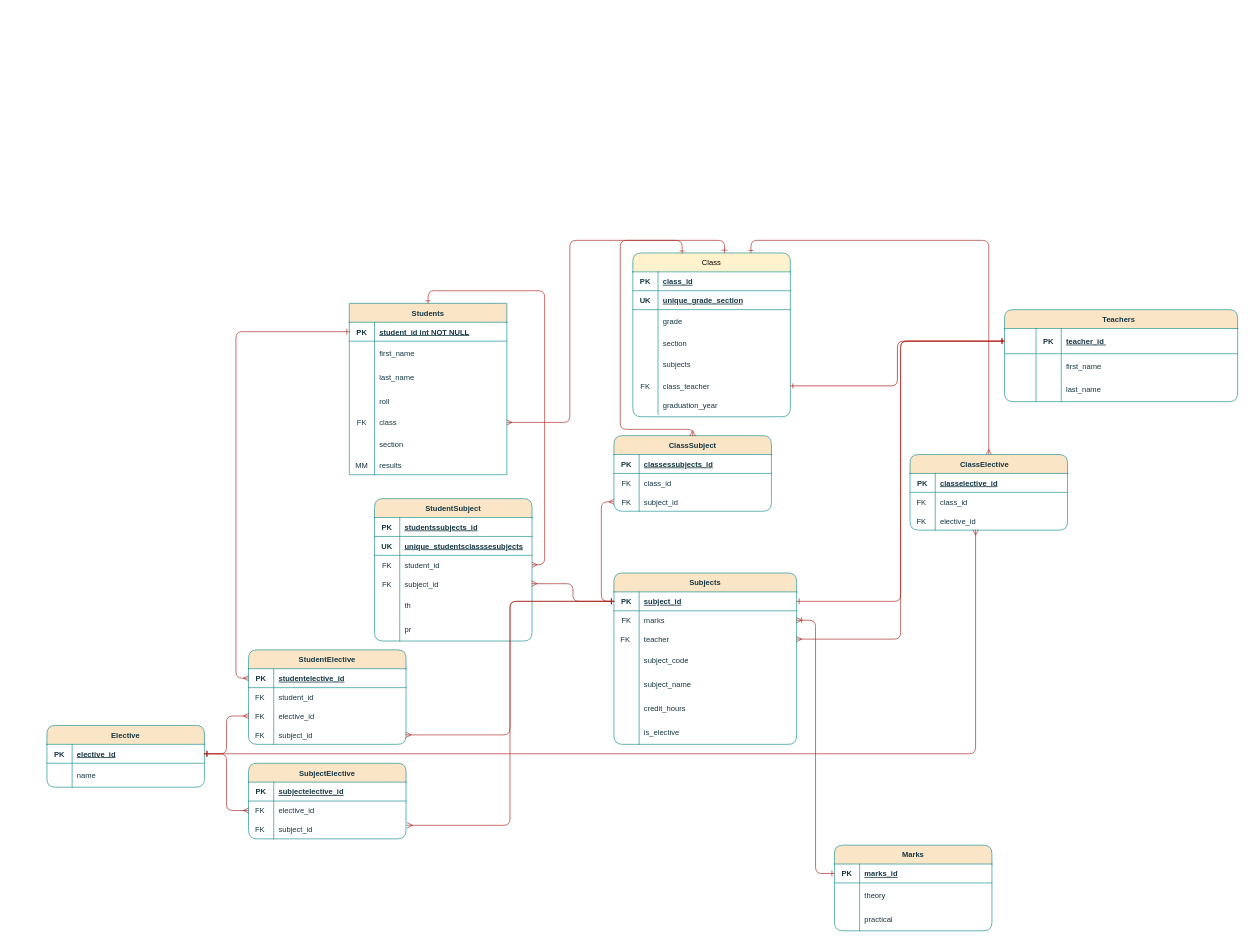
The draw.io diagram student_record/Untitled Diagram.drawio in Bhuwan-web/gradesheet, before the edit. Source tidied: cells renumbered, new cells numbered last; positions are measured from the earlier drawing's top-left corner, leaving out a move shared by most shapes. Both pictures are drawn from the tidied source at 63%, with x=0, y=0 at pixel (47, 253).
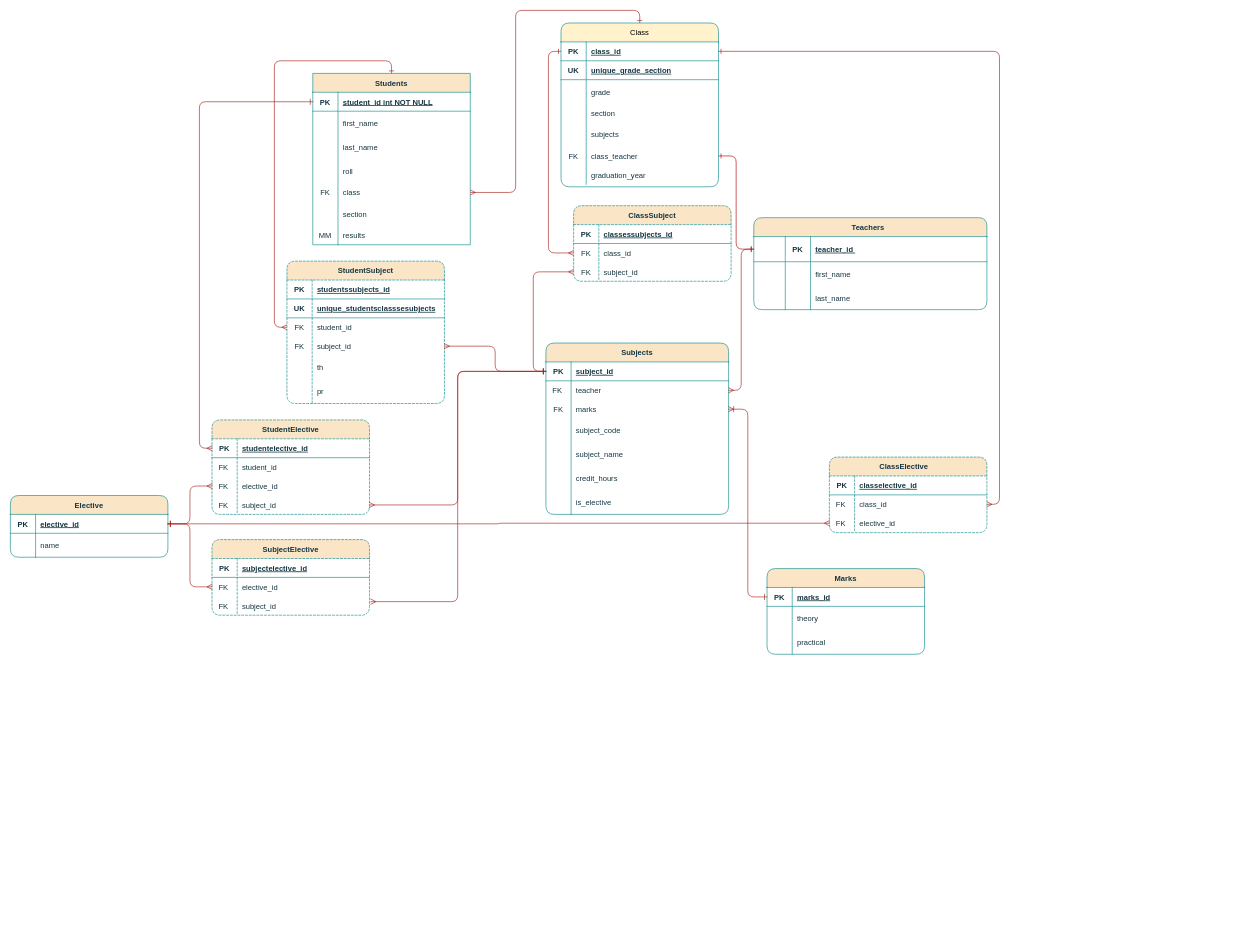
After the change.

The change refers to these unchanged cells:
```xml
<mxCell id="3" style="shape=partialRectangle;fillColor=none;points=[[0,0.5],[1,0.5]];portConstraint=eastwest;top=0;left=0;right=0;bottom=1;strokeColor=#0F8B8D;backgroundOutline=1;rounded=1;labelBackgroundColor=none;fontColor=#143642;linecap=square;" parent="2" vertex="1">
  <mxGeometry y="30" width="370" height="40" as="geometry" />
</mxCell>
<mxCell id="38" style="shape=partialRectangle;fillColor=none;points=[[0,0.5],[1,0.5]];portConstraint=eastwest;top=0;left=0;right=0;bottom=0;strokeColor=#0F8B8D;backgroundOutline=1;rounded=1;labelBackgroundColor=none;fontColor=#143642;linecap=square;" parent="25" vertex="1">
  <mxGeometry y="174" width="250" height="30" as="geometry" />
</mxCell>
<mxCell id="49" style="shape=partialRectangle;fillColor=none;points=[[0,0.5],[1,0.5]];portConstraint=eastwest;top=0;left=0;right=0;bottom=1;strokeColor=#0F8B8D;backgroundOutline=1;rounded=1;labelBackgroundColor=none;fontColor=#143642;linecap=square;" parent="48" vertex="1">
  <mxGeometry y="30" width="250" height="30" as="geometry" />
</mxCell>
<mxCell id="76" style="shape=partialRectangle;fillColor=none;points=[[0,0.5],[1,0.5]];portConstraint=eastwest;top=0;left=0;right=0;bottom=0;strokeColor=#0F8B8D;backgroundOutline=1;rounded=1;labelBackgroundColor=none;fontColor=#143642;linecap=square;" parent="72" vertex="1">
  <mxGeometry y="60" width="250" height="30" as="geometry" />
</mxCell>
<mxCell id="90" style="shape=partialRectangle;fillColor=none;points=[[0,0.5],[1,0.5]];portConstraint=eastwest;top=0;left=0;right=0;bottom=0;strokeColor=#0F8B8D;backgroundOutline=1;rounded=1;labelBackgroundColor=none;fontColor=#143642;linecap=square;" parent="83" vertex="1">
  <mxGeometry y="90" width="250" height="30" as="geometry" />
</mxCell>
<mxCell id="93" style="shape=partialRectangle;fillColor=none;points=[[0,0.5],[1,0.5]];portConstraint=eastwest;top=0;left=0;right=0;bottom=0;strokeColor=#0F8B8D;backgroundOutline=1;rounded=1;labelBackgroundColor=none;fontColor=#143642;linecap=square;" parent="83" vertex="1">
  <mxGeometry y="120" width="250" height="30" as="geometry" />
</mxCell>
<mxCell id="104" style="shape=partialRectangle;fillColor=none;points=[[0,0.5],[1,0.5]];portConstraint=eastwest;top=0;left=0;right=0;bottom=1;strokeColor=#0F8B8D;backgroundOutline=1;rounded=1;labelBackgroundColor=none;fontColor=#143642;linecap=square;" parent="103" vertex="1">
  <mxGeometry y="30" width="250" height="30" as="geometry" />
</mxCell>
<mxCell id="115" style="shape=partialRectangle;fillColor=none;points=[[0,0.5],[1,0.5]];portConstraint=eastwest;top=0;left=0;right=0;bottom=0;strokeColor=#0F8B8D;backgroundOutline=1;rounded=1;labelBackgroundColor=none;fontColor=#143642;linecap=square;" parent="111" vertex="1">
  <mxGeometry y="60" width="250" height="30" as="geometry" />
</mxCell>
<mxCell id="118" style="shape=partialRectangle;fillColor=none;points=[[0,0.5],[1,0.5]];portConstraint=eastwest;top=0;left=0;right=0;bottom=0;strokeColor=#0F8B8D;backgroundOutline=1;rounded=1;labelBackgroundColor=none;fontColor=#143642;linecap=square;" parent="111" vertex="1">
  <mxGeometry y="90" width="250" height="30" as="geometry" />
</mxCell>
<mxCell id="141" style="shape=partialRectangle;fillColor=none;points=[[0,0.5],[1,0.5]];portConstraint=eastwest;top=0;left=0;right=0;bottom=1;strokeColor=#0F8B8D;backgroundOutline=1;rounded=1;labelBackgroundColor=none;fontColor=#143642;linecap=square;" parent="140" vertex="1">
  <mxGeometry y="30" width="290" height="30" as="geometry" />
</mxCell>
<mxCell id="143" value="subject_id" style="shape=partialRectangle;overflow=hidden;fillColor=none;top=0;left=0;bottom=0;right=0;align=left;spacingLeft=6;fontStyle=5;strokeColor=#0F8B8D;backgroundOutline=1;rounded=1;labelBackgroundColor=none;fontColor=#143642;linecap=square;" parent="141" vertex="1">
  <mxGeometry x="40" width="250" height="30" as="geometry" />
</mxCell>
```

Change to the diagram source:
```diff
@@
-    <mxCell id="2" value="Teachers  " style="shape=table;startSize=30;childLayout=tableLayout;rowLines=0;fontStyle=1;align=center;strokeColor=#0F8B8D;backgroundOutline=0;rounded=1;labelBackgroundColor=none;fillColor=#FAE5C7;fontColor=#143642;shadow=0;fixDash=0;comic=0;linejoin=arcs;linecap=square;" parent="1" vertex="1">
-      <mxGeometry x="1520" y="90" width="370" height="146" as="geometry" />
+    <mxCell id="2" value="Teachers  " style="shape=table;startSize=30;childLayout=tableLayout;rowLines=0;fontStyle=1;align=center;strokeColor=#0F8B8D;backgroundOutline=0;rounded=1;labelBackgroundColor=none;fillColor=#FAE5C7;fontColor=#143642;shadow=0;fixDash=0;comic=0;linejoin=arcs;linecap=square;fixedWidth=0;" parent="1" vertex="1">
+      <mxGeometry x="1122" y="-56" width="370" height="146" as="geometry" />
     </mxCell>
@@
     <mxCell id="15" value="Marks" style="shape=table;startSize=30;childLayout=tableLayout;rowLines=0;fontStyle=1;align=center;strokeColor=#0F8B8D;backgroundOutline=0;rounded=1;labelBackgroundColor=none;fillColor=#FAE5C7;fontColor=#143642;shadow=0;fixDash=0;comic=0;linejoin=arcs;linecap=square;" parent="1" vertex="1">
-      <mxGeometry x="1250" y="940" width="250" height="136" as="geometry" />
+      <mxGeometry x="1143" y="501" width="250" height="136" as="geometry" />
     </mxCell>
@@
     <mxCell id="25" value="Students" style="shape=table;startSize=30;childLayout=tableLayout;rowLines=0;fontStyle=1;align=center;strokeColor=#0F8B8D;backgroundOutline=0;rounded=1;labelBackgroundColor=none;fillColor=#FAE5C7;fontColor=#143642;shadow=0;snapToPoint=1;fixDash=0;comic=0;linejoin=arcs;arcSize=0;linecap=square;" parent="1" vertex="1">
-      <mxGeometry x="480" y="80" width="250" height="272" as="geometry" />
+      <mxGeometry x="422" y="-285" width="250" height="272" as="geometry" />
     </mxCell>
@@
     <mxCell id="48" value="Class" style="shape=table;startSize=30;childLayout=tableLayout;rowLines=0;align=center;strokeColor=#0F8B8D;backgroundOutline=0;rounded=1;fillColor=#FFF2CC;shadow=0;snapToPoint=1;fixDash=0;comic=0;linejoin=arcs;linecap=square;swimlaneLine=1;swimlaneFillColor=none;" parent="1" vertex="1">
-      <mxGeometry x="930" width="250" height="260" as="geometry" />
+      <mxGeometry x="816" y="-365" width="250" height="260" as="geometry" />
     </mxCell>
@@
-    <mxCell id="71" style="edgeStyle=orthogonalEdgeStyle;rounded=1;jettySize=auto;html=1;entryDx=0;entryDy=0;startArrow=ERone;startFill=0;endArrow=ERone;endFill=0;strokeColor=#A8201A;backgroundOutline=0;labelBackgroundColor=none;fontColor=default;shadow=0;snapToPoint=1;fixDash=0;comic=0;linejoin=arcs;linecap=square;exitX=1;exitY=0.5;exitDx=0;exitDy=0;" parent="1" edge="1" source="143" target="3">
-      <mxGeometry relative="1" as="geometry" />
-    </mxCell>
-    <mxCell id="72" value="ClassSubject" style="shape=table;startSize=30;childLayout=tableLayout;rowLines=0;fontStyle=1;align=center;strokeColor=#0F8B8D;backgroundOutline=0;rounded=1;labelBackgroundColor=none;fillColor=#FAE5C7;fontColor=#143642;shadow=0;snapToPoint=1;fixDash=0;comic=0;linejoin=arcs;linecap=square;" parent="1" vertex="1">
-      <mxGeometry x="900" y="290" width="250" height="120" as="geometry" />
+    <mxCell id="72" value="ClassSubject" style="shape=table;startSize=30;childLayout=tableLayout;rowLines=0;fontStyle=1;align=center;strokeColor=#0F8B8D;backgroundOutline=0;rounded=1;labelBackgroundColor=none;fillColor=#FAE5C7;fontColor=#143642;shadow=0;snapToPoint=1;fixDash=0;comic=0;linejoin=arcs;linecap=square;dashed=1;" parent="1" vertex="1">
+      <mxGeometry x="836" y="-75" width="250" height="120" as="geometry" />
     </mxCell>
@@
-    <mxCell id="82" style="edgeStyle=orthogonalEdgeStyle;rounded=1;jettySize=auto;html=1;startArrow=ERone;startFill=0;endArrow=ERmany;endFill=0;entryDx=0;entryDy=0;exitDx=0;exitDy=0;strokeColor=#A8201A;backgroundOutline=0;labelBackgroundColor=none;fontColor=default;shadow=0;snapToPoint=1;fixDash=0;comic=0;linejoin=arcs;linecap=square;exitX=0.582;exitY=-0.002;entryX=0.5;entryY=0;exitPerimeter=0;" parent="1" edge="1" source="48" target="72">
-      <mxGeometry relative="1" as="geometry" />
-    </mxCell>
-    <mxCell id="83" value="StudentSubject" style="shape=table;startSize=30;childLayout=tableLayout;rowLines=0;fontStyle=1;align=center;strokeColor=#0F8B8D;backgroundOutline=0;rounded=1;labelBackgroundColor=none;fillColor=#FAE5C7;fontColor=#143642;shadow=0;fixDash=0;comic=0;linejoin=arcs;linecap=square;" parent="1" vertex="1">
-      <mxGeometry x="520" y="390" width="250" height="226" as="geometry" />
+    <mxCell id="83" value="StudentSubject" style="shape=table;startSize=30;childLayout=tableLayout;rowLines=0;fontStyle=1;align=center;strokeColor=#0F8B8D;backgroundOutline=0;rounded=1;labelBackgroundColor=none;fillColor=#FAE5C7;fontColor=#143642;shadow=0;fixDash=0;comic=0;linejoin=arcs;linecap=square;dashed=1;" parent="1" vertex="1">
+      <mxGeometry x="381" y="13" width="250" height="226" as="geometry" />
     </mxCell>
@@
-    <mxCell id="102" style="edgeStyle=orthogonalEdgeStyle;rounded=1;jettySize=auto;html=1;entryDx=0;entryDy=0;startArrow=ERmany;startFill=0;endArrow=ERone;endFill=0;exitDx=0;exitDy=0;strokeColor=#A8201A;backgroundOutline=0;labelBackgroundColor=none;fontColor=default;shadow=0;snapToPoint=1;fixDash=0;comic=0;linejoin=arcs;linecap=square;" parent="1" edge="1" source="93" target="141">
+    <mxCell id="102" style="edgeStyle=orthogonalEdgeStyle;rounded=1;jettySize=auto;html=1;entryDx=0;entryDy=0;startArrow=ERmany;startFill=0;endArrow=ERone;endFill=0;exitDx=0;exitDy=0;strokeColor=#A8201A;backgroundOutline=0;labelBackgroundColor=none;fontColor=default;shadow=0;snapToPoint=1;fixDash=0;comic=0;linejoin=arcs;linecap=square;flowAnimation=0;" parent="1" edge="1" source="93" target="141">
       <mxGeometry relative="1" as="geometry" />
     </mxCell>
     <mxCell id="103" value="Elective" style="shape=table;startSize=30;childLayout=tableLayout;rowLines=0;fontStyle=1;align=center;strokeColor=#0F8B8D;backgroundOutline=0;rounded=1;labelBackgroundColor=none;fillColor=#FAE5C7;fontColor=#143642;shadow=0;fixDash=0;comic=0;linejoin=arcs;linecap=square;columnLines=1;" parent="1" vertex="1">
-      <mxGeometry y="750" width="250" height="98" as="geometry" />
+      <mxGeometry x="-58" y="385" width="250" height="98" as="geometry" />
     </mxCell>
@@
-    <mxCell id="110" style="edgeStyle=orthogonalEdgeStyle;shape=connector;rounded=1;comic=0;jettySize=auto;html=1;exitX=0.5;exitY=0;exitDx=0;exitDy=0;entryX=0.75;entryY=0;entryDx=0;entryDy=0;shadow=0;strokeColor=#A8201A;align=center;verticalAlign=middle;fontFamily=Helvetica;fontSize=11;fontColor=default;labelBackgroundColor=none;startArrow=ERmany;startFill=0;endArrow=ERone;endFill=0;" parent="1" edge="1" source="111" target="48">
+    <mxCell id="110" style="edgeStyle=orthogonalEdgeStyle;shape=connector;rounded=1;comic=0;jettySize=auto;html=1;exitX=1;exitY=0.5;exitDx=0;exitDy=0;entryX=1;entryY=0.5;entryDx=0;entryDy=0;shadow=0;strokeColor=#A8201A;align=center;verticalAlign=middle;fontFamily=Helvetica;fontSize=11;fontColor=default;labelBackgroundColor=none;startArrow=ERmany;startFill=0;endArrow=ERone;endFill=0;" parent="1" edge="1" source="115" target="49">
       <mxGeometry relative="1" as="geometry" />
     </mxCell>
-    <mxCell id="111" value="ClassElective    " style="shape=table;startSize=30;childLayout=tableLayout;rowLines=0;fontStyle=1;align=center;strokeColor=#0F8B8D;backgroundOutline=0;rounded=1;labelBackgroundColor=none;fillColor=#FAE5C7;fontColor=#143642;shadow=0;snapToPoint=1;fixDash=0;comic=0;linejoin=arcs;linecap=square;" parent="1" vertex="1">
-      <mxGeometry x="1370" y="320" width="250" height="120" as="geometry" />
+    <mxCell id="111" value="ClassElective    " style="shape=table;startSize=30;childLayout=tableLayout;rowLines=0;fontStyle=1;align=center;strokeColor=#0F8B8D;backgroundOutline=0;rounded=1;labelBackgroundColor=none;fillColor=#FAE5C7;fontColor=#143642;shadow=0;snapToPoint=1;fixDash=0;comic=0;linejoin=arcs;linecap=square;dashed=1;" parent="1" vertex="1">
+      <mxGeometry x="1242" y="324" width="250" height="120" as="geometry" />
     </mxCell>
@@
-    <mxCell id="122" value="StudentElective" style="shape=table;startSize=30;childLayout=tableLayout;rowLines=0;fontStyle=1;align=center;strokeColor=#0F8B8D;backgroundOutline=0;rounded=1;labelBackgroundColor=none;fillColor=#FAE5C7;fontColor=#143642;shadow=0;fixDash=0;comic=0;linejoin=arcs;linecap=square;" parent="1" vertex="1">
-      <mxGeometry x="320" y="630" width="250" height="150" as="geometry" />
+    <mxCell id="122" value="StudentElective" style="shape=table;startSize=30;childLayout=tableLayout;rowLines=0;fontStyle=1;align=center;strokeColor=#0F8B8D;backgroundOutline=0;rounded=1;labelBackgroundColor=none;fillColor=#FAE5C7;fontColor=#143642;shadow=0;fixDash=0;comic=0;linejoin=arcs;linecap=square;dashed=1;" parent="1" vertex="1">
+      <mxGeometry x="262" y="265" width="250" height="150" as="geometry" />
     </mxCell>
@@
-    <mxCell id="137" style="edgeStyle=orthogonalEdgeStyle;rounded=1;jettySize=auto;html=1;entryDx=0;entryDy=0;strokeColor=#A8201A;backgroundOutline=0;labelBackgroundColor=none;fontColor=default;endArrow=ERone;endFill=0;startArrow=ERmany;startFill=0;shadow=0;snapToPoint=1;fixDash=0;comic=0;linejoin=arcs;linecap=square;exitX=0.416;exitY=1;exitDx=0;exitDy=0;exitPerimeter=0;" parent="1" edge="1" source="118" target="104">
+    <mxCell id="137" style="edgeStyle=orthogonalEdgeStyle;rounded=1;jettySize=auto;html=1;entryDx=0;entryDy=0;strokeColor=#A8201A;backgroundOutline=0;labelBackgroundColor=none;fontColor=default;endArrow=ERone;endFill=0;startArrow=ERmany;startFill=0;shadow=0;snapToPoint=1;fixDash=0;comic=0;linejoin=arcs;linecap=square;exitX=0;exitY=0.5;exitDx=0;exitDy=0;" parent="1" edge="1" source="118" target="104">
       <mxGeometry relative="1" as="geometry" />
     </mxCell>
@@
     <mxCell id="140" value="Subjects" style="shape=table;startSize=30;childLayout=tableLayout;rowLines=0;fontStyle=1;align=center;strokeColor=#0F8B8D;backgroundOutline=0;rounded=1;labelBackgroundColor=none;fillColor=#FAE5C7;fontColor=#143642;shadow=0;fixDash=0;comic=0;linejoin=arcs;linecap=square;" parent="1" vertex="1">
-      <mxGeometry x="900" y="508" width="290" height="272" as="geometry" />
+      <mxGeometry x="792" y="143" width="290" height="272" as="geometry" />
     </mxCell>
@@
+    <mxCell id="147" style="shape=partialRectangle;fillColor=none;points=[[0,0.5],[1,0.5]];portConstraint=eastwest;top=0;left=0;right=0;bottom=0;strokeColor=#0F8B8D;backgroundOutline=1;rounded=1;labelBackgroundColor=none;fontColor=#143642;linecap=square;" parent="140" vertex="1">
+      <mxGeometry y="60" width="290" height="30" as="geometry" />
+    </mxCell>
+    <mxCell id="148" value="FK " style="shape=partialRectangle;overflow=hidden;fillColor=none;top=0;left=0;bottom=0;right=0;strokeColor=#0F8B8D;backgroundOutline=1;rounded=1;labelBackgroundColor=none;fontColor=#143642;linecap=square;" parent="147" vertex="1">
+      <mxGeometry width="40" height="30" as="geometry" />
+    </mxCell>
+    <mxCell id="149" value="teacher" style="shape=partialRectangle;overflow=hidden;fillColor=none;top=0;left=0;bottom=0;right=0;align=left;spacingLeft=6;strokeColor=#0F8B8D;backgroundOutline=1;rounded=1;labelBackgroundColor=none;fontColor=#143642;linecap=square;" parent="147" vertex="1">
+      <mxGeometry x="40" width="250" height="30" as="geometry" />
+    </mxCell>
     <mxCell id="144" style="shape=partialRectangle;fillColor=none;points=[[0,0.5],[1,0.5]];portConstraint=eastwest;top=0;left=0;right=0;bottom=0;strokeColor=#0F8B8D;backgroundOutline=1;rounded=1;labelBackgroundColor=none;fontColor=#143642;linecap=square;" parent="140" vertex="1">
-      <mxGeometry y="60" width="290" height="30" as="geometry" />
+      <mxGeometry y="90" width="290" height="30" as="geometry" />
     </mxCell>
@@
-    <mxCell id="147" style="shape=partialRectangle;fillColor=none;points=[[0,0.5],[1,0.5]];portConstraint=eastwest;top=0;left=0;right=0;bottom=0;strokeColor=#0F8B8D;backgroundOutline=1;rounded=1;labelBackgroundColor=none;fontColor=#143642;linecap=square;" parent="140" vertex="1">
-      <mxGeometry y="90" width="290" height="30" as="geometry" />
-    </mxCell>
-    <mxCell id="148" value="FK " style="shape=partialRectangle;overflow=hidden;fillColor=none;top=0;left=0;bottom=0;right=0;strokeColor=#0F8B8D;backgroundOutline=1;rounded=1;labelBackgroundColor=none;fontColor=#143642;linecap=square;" parent="147" vertex="1">
-      <mxGeometry width="40" height="30" as="geometry" />
-    </mxCell>
-    <mxCell id="149" value="teacher" style="shape=partialRectangle;overflow=hidden;fillColor=none;top=0;left=0;bottom=0;right=0;align=left;spacingLeft=6;strokeColor=#0F8B8D;backgroundOutline=1;rounded=1;labelBackgroundColor=none;fontColor=#143642;linecap=square;" parent="147" vertex="1">
-      <mxGeometry x="40" width="250" height="30" as="geometry" />
-    </mxCell>
@@
-    <mxCell id="163" value="SubjectElective" style="shape=table;startSize=30;childLayout=tableLayout;rowLines=0;fontStyle=1;align=center;strokeColor=#0F8B8D;backgroundOutline=0;rounded=1;labelBackgroundColor=none;fillColor=#FAE5C7;fontColor=#143642;shadow=0;fixDash=0;comic=0;linejoin=arcs;linecap=square;" parent="1" vertex="1">
-      <mxGeometry x="320" y="810" width="250" height="120" as="geometry" />
+    <mxCell id="163" value="SubjectElective" style="shape=table;startSize=30;childLayout=tableLayout;rowLines=0;fontStyle=1;align=center;strokeColor=#0F8B8D;backgroundOutline=0;rounded=1;labelBackgroundColor=none;fillColor=#FAE5C7;fontColor=#143642;shadow=0;fixDash=0;comic=0;linejoin=arcs;linecap=square;dashed=1;" parent="1" vertex="1">
+      <mxGeometry x="262" y="455" width="250" height="120" as="geometry" />
     </mxCell>
@@
-    <mxCell id="173" style="edgeStyle=orthogonalEdgeStyle;shape=connector;rounded=1;comic=0;jettySize=auto;html=1;exitX=1;exitY=0.5;exitDx=0;exitDy=0;entryX=0.313;entryY=0.003;entryDx=0;entryDy=0;entryPerimeter=0;shadow=0;strokeColor=#A8201A;align=center;verticalAlign=middle;fontFamily=Helvetica;fontSize=11;fontColor=default;labelBackgroundColor=none;startArrow=ERmany;startFill=0;endArrow=ERone;endFill=0;" parent="1" edge="1" source="38" target="48">
+    <mxCell id="173" style="edgeStyle=orthogonalEdgeStyle;shape=connector;rounded=1;comic=0;jettySize=auto;html=1;exitX=1;exitY=0.5;exitDx=0;exitDy=0;entryX=0.5;entryY=0;entryDx=0;entryDy=0;shadow=0;strokeColor=#A8201A;align=center;verticalAlign=middle;fontFamily=Helvetica;fontSize=11;fontColor=default;labelBackgroundColor=none;startArrow=ERmany;startFill=0;endArrow=ERone;endFill=0;" parent="1" edge="1" source="38" target="48">
       <mxGeometry relative="1" as="geometry" />
     </mxCell>
@@
-    <mxCell id="175" style="edgeStyle=orthogonalEdgeStyle;shape=connector;rounded=1;comic=0;jettySize=auto;html=1;exitX=1;exitY=0.5;exitDx=0;exitDy=0;shadow=0;strokeColor=#A8201A;align=center;verticalAlign=middle;fontFamily=Helvetica;fontSize=11;fontColor=default;labelBackgroundColor=none;startArrow=ERmany;startFill=0;endArrow=ERone;endFill=0;entryX=0.5;entryY=0;entryDx=0;entryDy=0;" parent="1" edge="1" source="90" target="25">
+    <mxCell id="175" style="edgeStyle=orthogonalEdgeStyle;shape=connector;rounded=1;comic=0;jettySize=auto;html=1;exitX=0;exitY=0.5;exitDx=0;exitDy=0;shadow=0;strokeColor=#A8201A;align=center;verticalAlign=middle;fontFamily=Helvetica;fontSize=11;fontColor=default;labelBackgroundColor=none;startArrow=ERmany;startFill=0;endArrow=ERone;endFill=0;entryX=0.5;entryY=0;entryDx=0;entryDy=0;flowAnimation=0;" parent="1" edge="1" source="90" target="25">
       <mxGeometry relative="1" as="geometry" />
     </mxCell>
+    <mxCell id="176" style="edgeStyle=orthogonalEdgeStyle;shape=connector;rounded=1;comic=0;jettySize=auto;html=1;exitX=0;exitY=0.5;exitDx=0;exitDy=0;entryX=0;entryY=0.5;entryDx=0;entryDy=0;shadow=0;strokeColor=#A8201A;align=center;verticalAlign=middle;fontFamily=Helvetica;fontSize=11;fontColor=default;labelBackgroundColor=none;startArrow=ERmany;startFill=0;endArrow=ERone;endFill=0;" parent="1" edge="1" source="76" target="49">
+      <mxGeometry relative="1" as="geometry" />
+    </mxCell>
```
